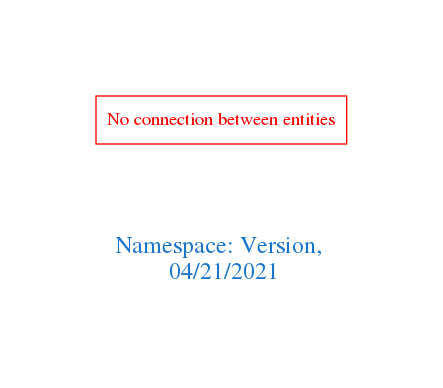
Before: downloads/Version.png, a diagram exported from Graphviz (arago/OGIT). Its source is kept beside it as downloads/Version.dot.
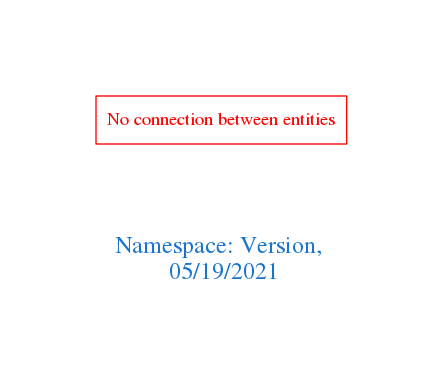
Above is the later version.

The edit, as a diff of the source:
```diff
@@ -1,7 +1,7 @@
 digraph OGIT_ontology {
  graph [ rankdir= LR,pad=1
 fontsize = 18,
-fontcolor= dodgerblue3,label = "\n\n\nNamespace: Version, \n 04/21/2021"];
+fontcolor= dodgerblue3,label = "\n\n\nNamespace: Version, \n 05/19/2021"];
 node[shape=polygon];
 edge [  color="gray81"];
 
```
